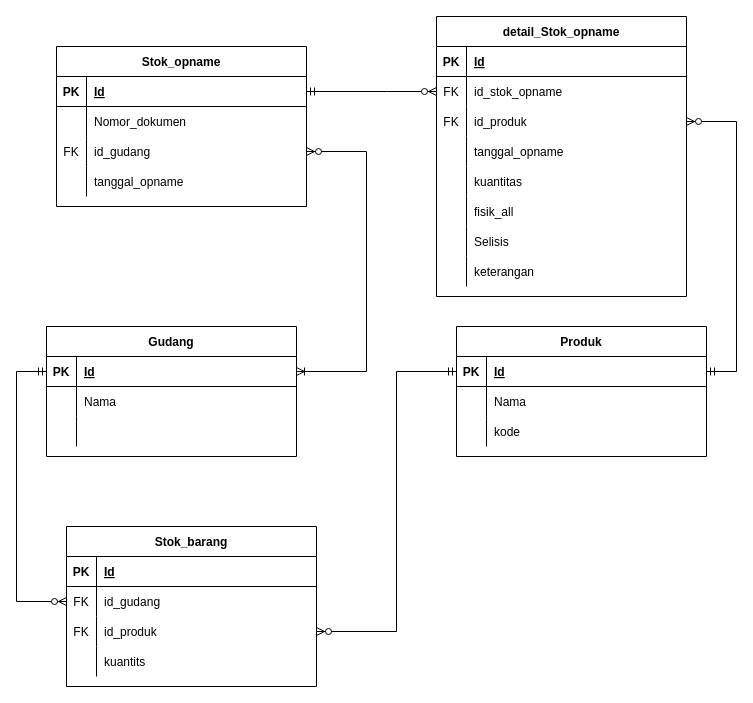
Before: opname.drawio in zzarr/Project3-design-diagram, a draw.io diagram. Source tidied: cells renumbered, new cells numbered last; positions are measured from the earlier drawing's top-left corner, leaving out a move shared by most shapes. Both pictures are drawn from the tidied source at 100%, with x=0, y=0 at pixel (16, 16).
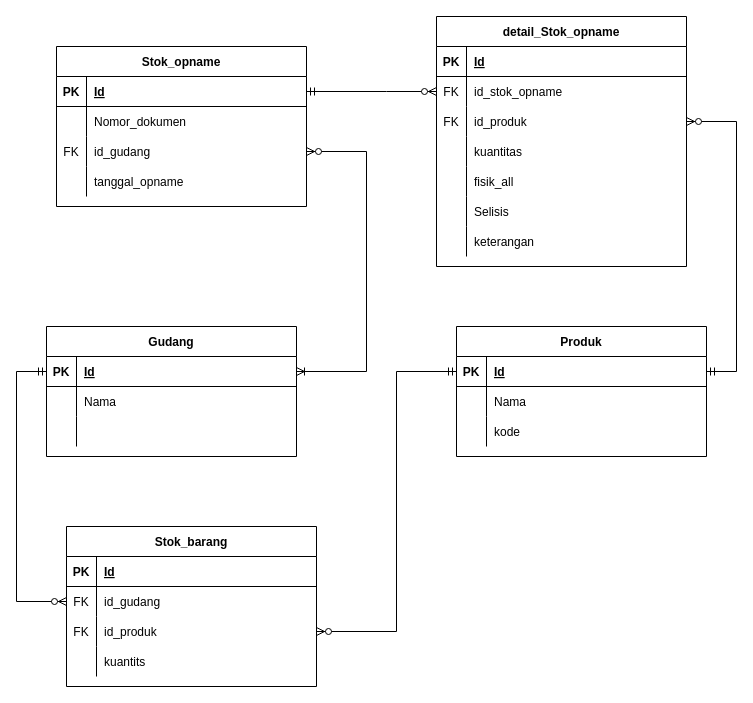
Above is the later version.

Change to the diagram source:
```diff
@@
     <mxCell id="48" value="detail_Stok_opname" style="shape=table;startSize=30;childLayout=tableLayout;rowLines=0;fontStyle=1;align=center;" parent="1" vertex="1">
-      <mxGeometry x="420" width="250" height="280" as="geometry" />
+      <mxGeometry x="420" width="250" height="250" as="geometry" />
     </mxCell>
@@
-    <mxCell id="58" style="shape=partialRectangle;fillColor=none;top=0;left=0;right=0;bottom=0;" parent="48" vertex="1">
-      <mxGeometry y="120" width="250" height="30" as="geometry" />
-    </mxCell>
-    <mxCell id="59" style="shape=partialRectangle;overflow=hidden;fillColor=none;top=0;left=0;bottom=0;right=0;" parent="58" vertex="1">
-      <mxGeometry width="30" height="30" as="geometry" />
-    </mxCell>
-    <mxCell id="60" value="tanggal_opname" style="shape=partialRectangle;overflow=hidden;fillColor=none;top=0;left=0;bottom=0;right=0;align=left;spacingLeft=6;" parent="58" vertex="1">
-      <mxGeometry x="30" width="220" height="30" as="geometry" />
-    </mxCell>
     <mxCell id="61" style="shape=partialRectangle;fillColor=none;top=0;left=0;right=0;bottom=0;" parent="48" vertex="1">
-      <mxGeometry y="150" width="250" height="30" as="geometry" />
+      <mxGeometry y="120" width="250" height="30" as="geometry" />
     </mxCell>
@@
     <mxCell id="64" style="shape=partialRectangle;fillColor=none;top=0;left=0;right=0;bottom=0;" parent="48" vertex="1">
-      <mxGeometry y="180" width="250" height="30" as="geometry" />
+      <mxGeometry y="150" width="250" height="30" as="geometry" />
     </mxCell>
@@
     <mxCell id="67" style="shape=partialRectangle;fillColor=none;top=0;left=0;right=0;bottom=0;" parent="48" vertex="1">
-      <mxGeometry y="210" width="250" height="30" as="geometry" />
+      <mxGeometry y="180" width="250" height="30" as="geometry" />
     </mxCell>
@@
     <mxCell id="70" style="shape=partialRectangle;fillColor=none;top=0;left=0;right=0;bottom=0;" parent="48" vertex="1">
-      <mxGeometry y="240" width="250" height="30" as="geometry" />
+      <mxGeometry y="210" width="250" height="30" as="geometry" />
     </mxCell>
```
